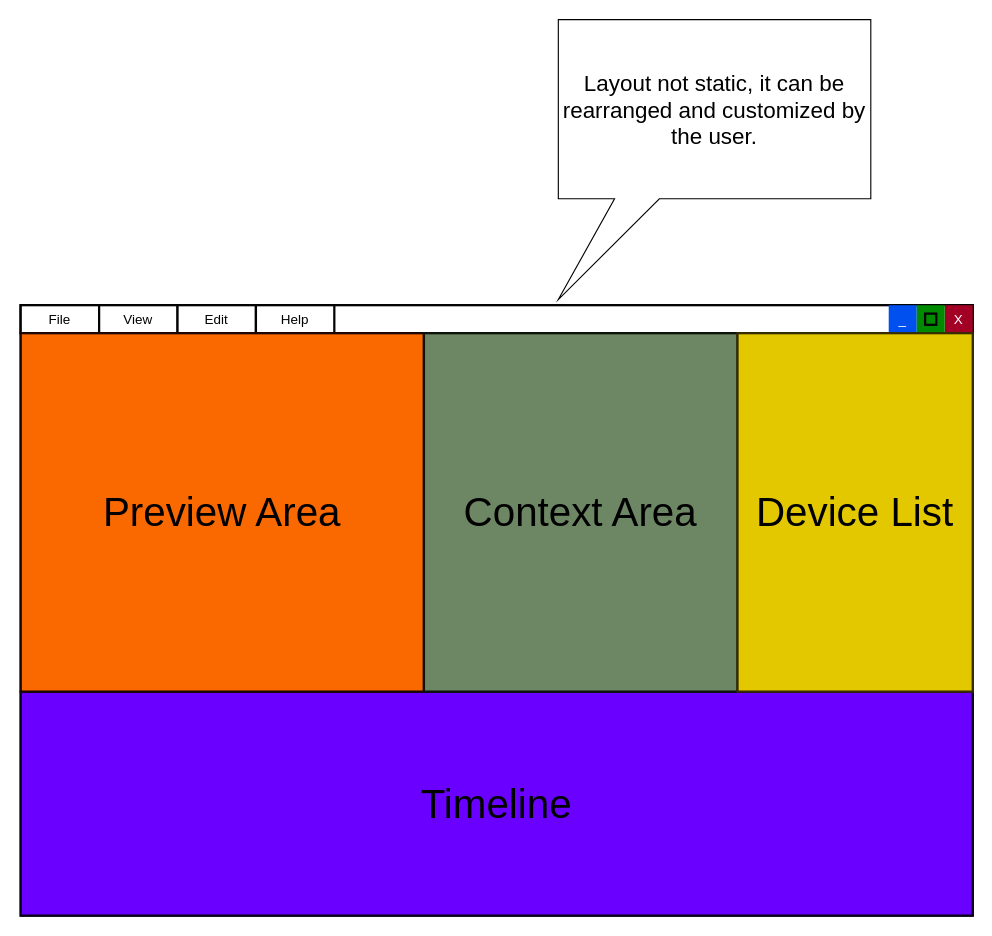
LoganGerber/OpenLD keeps this draw.io diagram as documentation/ui-layout-concept.drawio. Above is the earlier version. Source tidied: cells renumbered, new cells numbered last; positions are measured from the earlier drawing's top-left corner, leaving out a move shared by most shapes. Both pictures are drawn from the tidied source at 112%, with x=0, y=0 at pixel (20, 19).
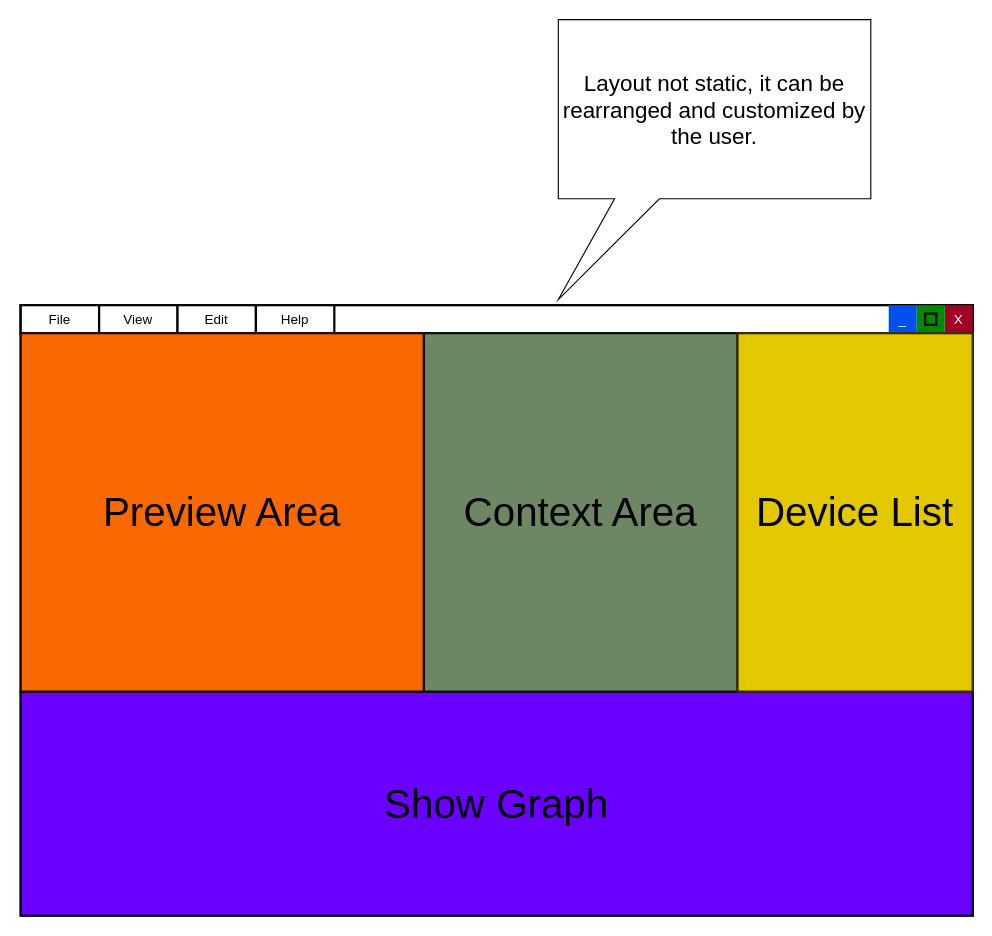
The same page after the edit.

Commit message (it also covers changes not shown here):
Change "Timeline" to "Show Graph"

Diff of the diagram source:
```diff
@@
 <mxGraphModel>
   <root>
     <mxCell id="0" />
     <mxCell id="1" parent="0" />
     <mxCell id="2" style="rounded=0;whiteSpace=wrap;html=1;fillColor=#f5f5f5;fontColor=#333333;strokeColor=#030303;strokeWidth=2;" parent="1" vertex="1">
       <mxGeometry y="255" width="850" height="545" as="geometry" />
     </mxCell>
     <mxCell id="3" style="rounded=0;whiteSpace=wrap;html=1;strokeColor=#030303;strokeWidth=2;" parent="1" vertex="1">
       <mxGeometry y="255" width="850" height="25" as="geometry" />
     </mxCell>
     <mxCell id="4" value="File" style="rounded=0;whiteSpace=wrap;html=1;strokeColor=#030303;strokeWidth=2;" parent="1" vertex="1">
       <mxGeometry y="255" width="70" height="25" as="geometry" />
     </mxCell>
     <mxCell id="5" value="View" style="rounded=0;whiteSpace=wrap;html=1;strokeColor=#030303;strokeWidth=2;" parent="1" vertex="1">
       <mxGeometry x="70" y="255" width="70" height="25" as="geometry" />
     </mxCell>
     <mxCell id="6" value="Edit" style="rounded=0;whiteSpace=wrap;html=1;strokeColor=#030303;strokeWidth=2;" parent="1" vertex="1">
       <mxGeometry x="140" y="255" width="70" height="25" as="geometry" />
     </mxCell>
     <mxCell id="7" value="Help" style="rounded=0;whiteSpace=wrap;html=1;strokeColor=#030303;strokeWidth=2;" parent="1" vertex="1">
       <mxGeometry x="210" y="255" width="70" height="25" as="geometry" />
     </mxCell>
     <mxCell id="8" value="X" style="rounded=0;whiteSpace=wrap;html=1;strokeWidth=2;fillColor=#a20025;fontColor=#ffffff;strokeColor=none;" parent="1" vertex="1">
       <mxGeometry x="825" y="255" width="25" height="25" as="geometry" />
     </mxCell>
     <mxCell id="9" value="_" style="rounded=0;whiteSpace=wrap;html=1;strokeWidth=2;fillColor=#0050ef;fontColor=#ffffff;strokeColor=none;" parent="1" vertex="1">
       <mxGeometry x="775" y="255" width="25" height="25" as="geometry" />
     </mxCell>
-    <mxCell id="10" value="&lt;font color=&quot;#000000&quot; style=&quot;font-size: 36px&quot;&gt;Timeline&lt;/font&gt;" style="rounded=0;whiteSpace=wrap;html=1;strokeWidth=2;fillColor=#6a00ff;fontColor=#ffffff;strokeColor=#08001C;" parent="1" vertex="1">
+    <mxCell id="10" value="&lt;font color=&quot;#000000&quot; style=&quot;font-size: 36px&quot;&gt;Show Graph&lt;/font&gt;" style="rounded=0;whiteSpace=wrap;html=1;strokeWidth=2;fillColor=#6a00ff;fontColor=#ffffff;strokeColor=#08001C;" parent="1" vertex="1">
       <mxGeometry y="600" width="850" height="200" as="geometry" />
     </mxCell>
     <mxCell id="11" value="&lt;font color=&quot;#000000&quot; style=&quot;font-size: 36px&quot;&gt;Preview Area&lt;/font&gt;" style="rounded=0;whiteSpace=wrap;html=1;strokeWidth=2;fillColor=#fa6800;fontColor=#ffffff;strokeColor=#190700;" parent="1" vertex="1">
       <mxGeometry y="280" width="360" height="320" as="geometry" />
     </mxCell>
     <mxCell id="12" value="&lt;font color=&quot;#000000&quot; style=&quot;font-size: 36px&quot;&gt;Context Area&lt;/font&gt;" style="rounded=0;whiteSpace=wrap;html=1;strokeWidth=2;fillColor=#6d8764;fontColor=#ffffff;strokeColor=#0C120A;" parent="1" vertex="1">
       <mxGeometry x="360" y="280" width="280" height="320" as="geometry" />
     </mxCell>
     <mxCell id="13" style="group;" parent="1" vertex="1">
       <mxGeometry x="800" y="255" width="25" height="25" as="geometry" />
     </mxCell>
     <mxCell id="14" style="rounded=0;whiteSpace=wrap;html=1;strokeWidth=2;fillColor=#008a00;fontColor=#ffffff;strokeColor=none;" parent="13" vertex="1">
       <mxGeometry width="25" height="25" as="geometry" />
     </mxCell>
     <mxCell id="15" style="rounded=0;whiteSpace=wrap;html=1;strokeColor=#030303;strokeWidth=2;fillColor=none;" parent="13" vertex="1">
       <mxGeometry x="7.5" y="7.5" width="10" height="10" as="geometry" />
     </mxCell>
     <mxCell id="16" value="&lt;font color=&quot;#000000&quot; style=&quot;font-size: 36px&quot;&gt;Device List&lt;/font&gt;" style="rounded=0;whiteSpace=wrap;html=1;strokeWidth=2;fillColor=#e3c800;fontColor=#ffffff;strokeColor=#362D00;" parent="1" vertex="1">
       <mxGeometry x="640" y="280" width="210" height="320" as="geometry" />
     </mxCell>
     <mxCell id="17" value="&lt;font style=&quot;font-size: 20px&quot;&gt;Layout not static, it can be rearranged and customized by the user.&lt;/font&gt;" style="shape=callout;whiteSpace=wrap;html=1;perimeter=calloutPerimeter;position2=0;size=90;position=0.18;base=40;" parent="1" vertex="1">
       <mxGeometry x="480" width="279" height="250" as="geometry" />
     </mxCell>
   </root>
 </mxGraphModel>
```
